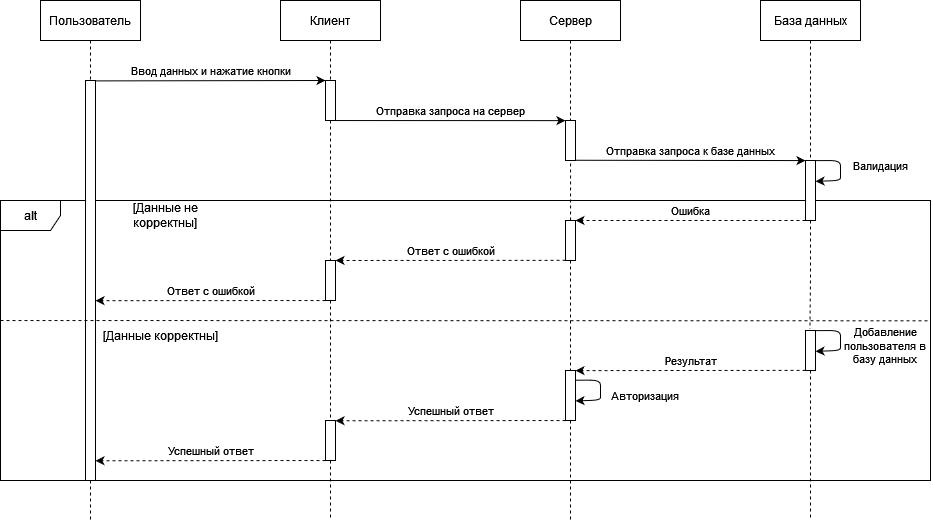
PhoeniX-art-lab/TRiTPO keeps this draw.io diagram as SDS/Images/Sequence_register.drawio.png. Above is the earlier version. Source tidied: cells renumbered, new cells last; positions are measured from the earlier drawing's top-left corner, leaving out a move shared by most shapes.
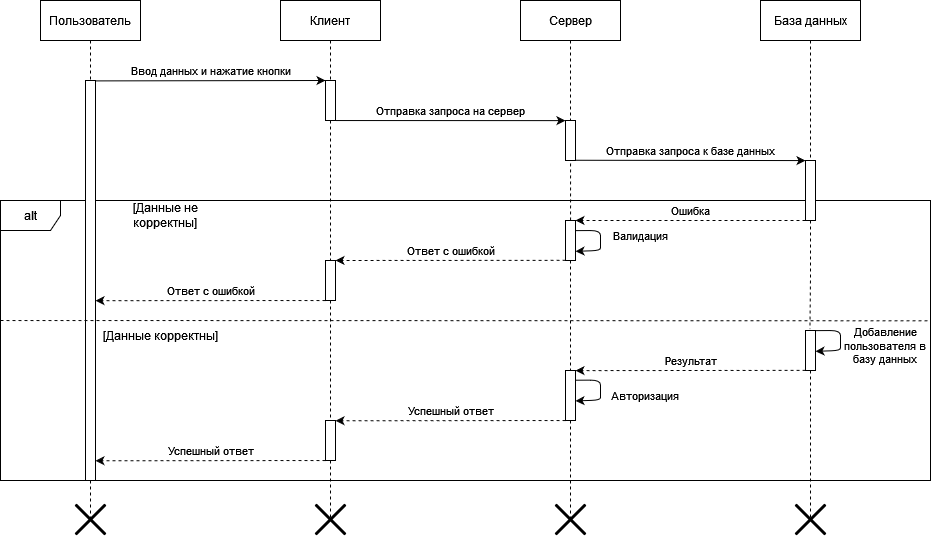
The same diagram one commit later.

The edit, as a diff of the source:
```diff
@@ -91,17 +91,19 @@
         <mxPoint x="95" y="300.2" as="targetPoint" />
       </mxGeometry>
     </mxCell>
-    <mxCell id="28" style="endArrow=classic;html=1;rounded=1;entryX=1;entryY=0.347;entryDx=0;entryDy=0;entryPerimeter=0;exitX=1;exitY=0.002;exitDx=0;exitDy=0;exitPerimeter=0;" parent="1" edge="1" source="11" target="11">
+    <mxCell id="28" style="endArrow=classic;html=1;rounded=1;entryX=1;entryY=0.347;entryDx=0;entryDy=0;entryPerimeter=0;exitX=1;exitY=0.002;exitDx=0;exitDy=0;exitPerimeter=0;" parent="1" edge="1">
       <mxGeometry relative="1" as="geometry">
+        <mxPoint x="575" y="230.1" as="sourcePoint" />
+        <mxPoint x="575" y="250.8" as="targetPoint" />
         <Array as="points">
-          <mxPoint x="840" y="160" />
-          <mxPoint x="840" y="170" />
-          <mxPoint x="840" y="180" />
+          <mxPoint x="600" y="230" />
+          <mxPoint x="600" y="240" />
+          <mxPoint x="600" y="250" />
         </Array>
       </mxGeometry>
     </mxCell>
     <mxCell id="29" value="Валидация" style="text;html=1;strokeColor=none;fillColor=none;align=center;verticalAlign=middle;whiteSpace=wrap;rounded=0;fontSize=11;" parent="1" vertex="1">
-      <mxGeometry x="850" y="150" width="60" height="30" as="geometry" />
+      <mxGeometry x="610" y="220" width="60" height="30" as="geometry" />
     </mxCell>
     <mxCell id="30" style="edgeStyle=orthogonalEdgeStyle;rounded=0;jettySize=auto;html=1;dashed=1;fontSize=11;endArrow=none;endFill=0;" parent="1" edge="1" source="31">
       <mxGeometry relative="1" as="geometry">
@@ -170,5 +172,17 @@
         <mxPoint x="94.9" y="460.3" as="targetPoint" />
       </mxGeometry>
     </mxCell>
+    <mxCell id="43" style="shape=umlDestroy;whiteSpace=wrap;html=1;strokeWidth=3;" parent="1" vertex="1">
+      <mxGeometry x="75" y="504" width="30" height="30" as="geometry" />
+    </mxCell>
+    <mxCell id="44" style="shape=umlDestroy;whiteSpace=wrap;html=1;strokeWidth=3;" parent="1" vertex="1">
+      <mxGeometry x="315" y="504" width="30" height="30" as="geometry" />
+    </mxCell>
+    <mxCell id="45" style="shape=umlDestroy;whiteSpace=wrap;html=1;strokeWidth=3;" parent="1" vertex="1">
+      <mxGeometry x="555" y="504" width="30" height="30" as="geometry" />
+    </mxCell>
+    <mxCell id="46" style="shape=umlDestroy;whiteSpace=wrap;html=1;strokeWidth=3;" parent="1" vertex="1">
+      <mxGeometry x="795" y="504" width="30" height="30" as="geometry" />
+    </mxCell>
   </root>
 </mxGraphModel>
```
